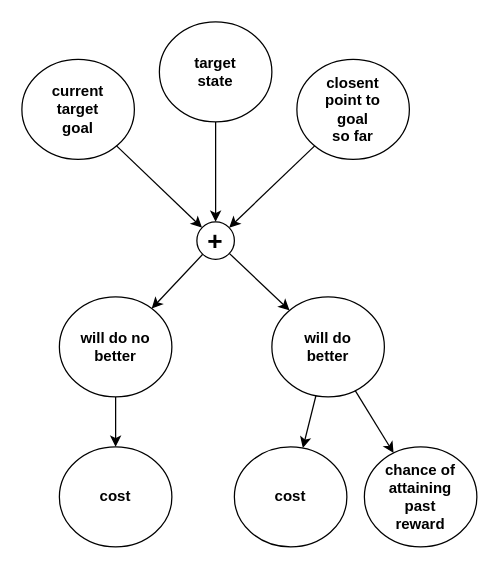
Before: page "close-enough-measure" (8 of 8) of files/Autonomous-monitoring-and-control.drawio in malcolmlett/malcolmlett.github.io, a draw.io diagram. Source tidied: cells renumbered, new cells numbered last; positions are measured from the earlier drawing's top-left corner, leaving out a move shared by most shapes. Both pictures are drawn from the tidied source at 125%, with x=0, y=0 at pixel (21, 21).
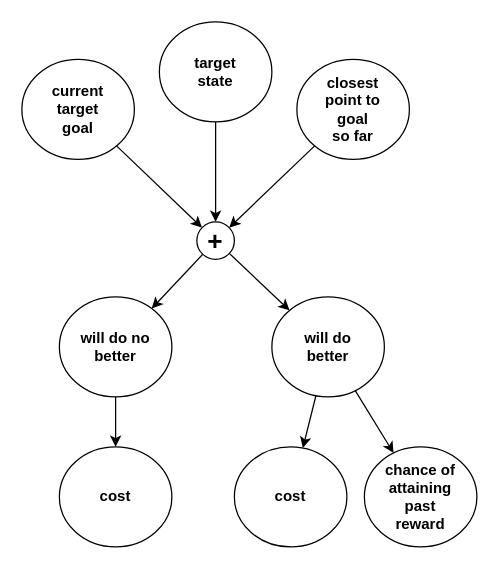
After the change.

Commit message (it also covers changes not shown here):
Revised goal benefit model

Change to the diagram source:
```diff
@@
 <mxGraphModel>
   <root>
     <mxCell id="0" />
     <mxCell id="1" parent="0" />
     <mxCell id="2" style="edgeStyle=none;rounded=0;jettySize=auto;html=1;fontSize=12;fontColor=#000000;" parent="1" edge="1" source="3" target="10">
       <mxGeometry relative="1" as="geometry" />
     </mxCell>
     <mxCell id="3" value="&lt;b&gt;current&lt;br&gt;target&lt;br&gt;goal&lt;br&gt;&lt;/b&gt;" style="ellipse;whiteSpace=wrap;html=1;fontSize=12;align=center;fillColor=none;fontColor=#000000;" parent="1" vertex="1">
       <mxGeometry y="30" width="90" height="80" as="geometry" />
     </mxCell>
     <mxCell id="4" style="edgeStyle=none;rounded=0;jettySize=auto;html=1;fontSize=12;fontColor=#000000;" parent="1" edge="1" source="5" target="10">
       <mxGeometry relative="1" as="geometry" />
     </mxCell>
     <mxCell id="5" value="&lt;b&gt;target&lt;br&gt;state&lt;br&gt;&lt;/b&gt;" style="ellipse;whiteSpace=wrap;html=1;fontSize=12;align=center;fillColor=none;fontColor=#000000;" parent="1" vertex="1">
       <mxGeometry x="110" width="90" height="80" as="geometry" />
     </mxCell>
     <mxCell id="6" style="edgeStyle=none;rounded=0;jettySize=auto;html=1;fontSize=12;fontColor=#000000;" parent="1" edge="1" source="7" target="10">
       <mxGeometry relative="1" as="geometry" />
     </mxCell>
-    <mxCell id="7" value="&lt;b&gt;closent&lt;br&gt;point to&lt;br&gt;goal&lt;br&gt;so far&lt;br&gt;&lt;/b&gt;" style="ellipse;whiteSpace=wrap;html=1;fontSize=12;align=center;fillColor=none;fontColor=#000000;" parent="1" vertex="1">
+    <mxCell id="7" value="&lt;b&gt;closest&lt;br&gt;point to&lt;br&gt;goal&lt;br&gt;so far&lt;br&gt;&lt;/b&gt;" style="ellipse;whiteSpace=wrap;html=1;fontSize=12;align=center;fillColor=none;fontColor=#000000;" parent="1" vertex="1">
       <mxGeometry x="220" y="30" width="90" height="80" as="geometry" />
     </mxCell>
     <mxCell id="8" style="edgeStyle=none;rounded=0;jettySize=auto;html=1;fontSize=12;fontColor=#000000;" parent="1" edge="1" source="10" target="12">
       <mxGeometry relative="1" as="geometry" />
     </mxCell>
     <mxCell id="9" style="edgeStyle=none;rounded=0;jettySize=auto;html=1;fontSize=12;fontColor=#000000;" parent="1" edge="1" source="10" target="15">
       <mxGeometry relative="1" as="geometry" />
     </mxCell>
     <mxCell id="10" value="+" style="ellipse;whiteSpace=wrap;html=1;fontStyle=1;fontSize=21;" parent="1" vertex="1">
       <mxGeometry x="140" y="160" width="30" height="30" as="geometry" />
     </mxCell>
     <mxCell id="11" style="edgeStyle=none;rounded=0;jettySize=auto;html=1;fontSize=12;fontColor=#000000;" parent="1" edge="1" source="12" target="16">
       <mxGeometry relative="1" as="geometry" />
     </mxCell>
     <mxCell id="12" value="&lt;b&gt;will do no&lt;br&gt;better&lt;br&gt;&lt;/b&gt;" style="ellipse;whiteSpace=wrap;html=1;fontSize=12;align=center;fillColor=none;fontColor=#000000;" parent="1" vertex="1">
       <mxGeometry x="30" y="220" width="90" height="80" as="geometry" />
     </mxCell>
     <mxCell id="13" style="edgeStyle=none;rounded=0;jettySize=auto;html=1;fontSize=12;fontColor=#000000;" parent="1" edge="1" source="15" target="17">
       <mxGeometry relative="1" as="geometry" />
     </mxCell>
     <mxCell id="14" style="edgeStyle=none;rounded=0;jettySize=auto;html=1;fontSize=12;fontColor=#000000;" parent="1" edge="1" source="15" target="18">
       <mxGeometry relative="1" as="geometry" />
     </mxCell>
     <mxCell id="15" value="&lt;b&gt;will do&lt;br&gt;better&lt;br&gt;&lt;/b&gt;" style="ellipse;whiteSpace=wrap;html=1;fontSize=12;align=center;fillColor=none;fontColor=#000000;" parent="1" vertex="1">
       <mxGeometry x="200" y="220" width="90" height="80" as="geometry" />
     </mxCell>
     <mxCell id="16" value="&lt;b&gt;cost&lt;br&gt;&lt;/b&gt;" style="ellipse;whiteSpace=wrap;html=1;fontSize=12;align=center;fillColor=none;fontColor=#000000;" parent="1" vertex="1">
       <mxGeometry x="30" y="340" width="90" height="80" as="geometry" />
     </mxCell>
     <mxCell id="17" value="&lt;b&gt;cost&lt;br&gt;&lt;/b&gt;" style="ellipse;whiteSpace=wrap;html=1;fontSize=12;align=center;fillColor=none;fontColor=#000000;" parent="1" vertex="1">
       <mxGeometry x="170" y="340" width="90" height="80" as="geometry" />
     </mxCell>
     <mxCell id="18" value="&lt;b&gt;chance of&lt;br&gt;attaining&lt;br&gt;past&lt;br&gt;reward&lt;br&gt;&lt;/b&gt;" style="ellipse;whiteSpace=wrap;html=1;fontSize=12;align=center;fillColor=none;fontColor=#000000;" parent="1" vertex="1">
       <mxGeometry x="274" y="340" width="90" height="80" as="geometry" />
     </mxCell>
   </root>
 </mxGraphModel>
```
